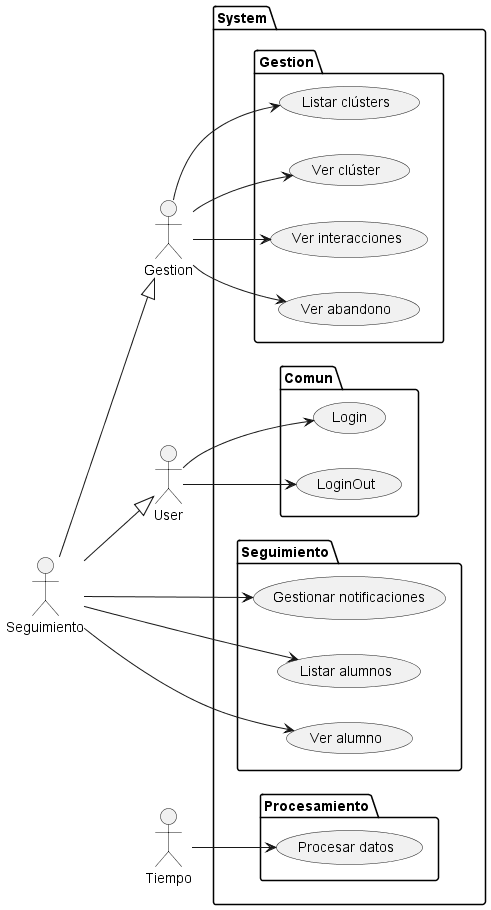
Earlier version of the PlantUML export 000-entregas/Grupo1/CasosDeUso/images/CasosDeUso.png (mmasias/IdSw1-22-23).
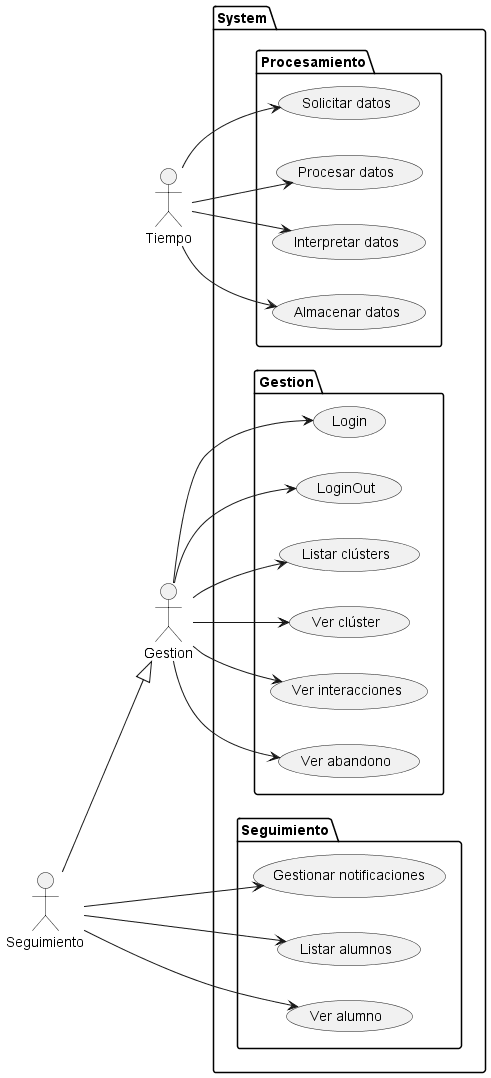
The same diagram one commit later.

Commit message:
añadir foto nueva

What changed in the source:
```diff
@@ -1,19 +1,18 @@
 @startuml CasosDeUso
 left to right direction
 
-actor User
+actor "Tiempo" as Tiempo
 actor "Gestion" as GEST
 actor "Seguimiento"	as SEG
-actor "Tiempo" as Tiempo
 
-User <|-u- SEG
-GEST <|-l- SEG
 
 package System {
 
-  package Comun {
-    usecase "Login" as Login
-    usecase "LoginOut" as LoginOut
+  package Procesamiento {
+    usecase "Solicitar datos" as SD
+    usecase "Procesar datos" as PD
+    usecase "Interpretar datos" as ID
+    usecase "Almacenar datos" as AD
   }
   package Seguimiento {
     usecase "Gestionar notificaciones" as GN
@@ -21,30 +20,32 @@
     usecase "Ver alumno" as VA
   }
   package Gestion {
+    usecase "Login" as Login
+    usecase "LoginOut" as LoginOut
     usecase "Listar clústers" as LC
     usecase "Ver clúster" as VC
     usecase "Ver interacciones" as VI
     usecase "Ver abandono" as VAB
   }
-  package Procesamiento {
-    usecase "Procesar datos" as PD
-  }
 }
 
+Tiempo --> SD
+Tiempo --> AD
+Tiempo --> PD
+Tiempo --> ID
 
-User --> (Login)
-User --> (LoginOut)
+SEG --|> GEST
+
+GEST --> (Login)
+GEST --> (LoginOut)
+GEST --> (LC)
+GEST --> (VC)
+GEST --> (VAB)
+GEST --> (VI)
 
 SEG --> (LA)
 SEG --> (VA)
 SEG --> (GN)
 
-GEST --> (LC)
-GEST --> (VC)
-GEST --> (VAB)
-GEST --> (VI)
-
-
-Tiempo --> PD
 
 @enduml
```
